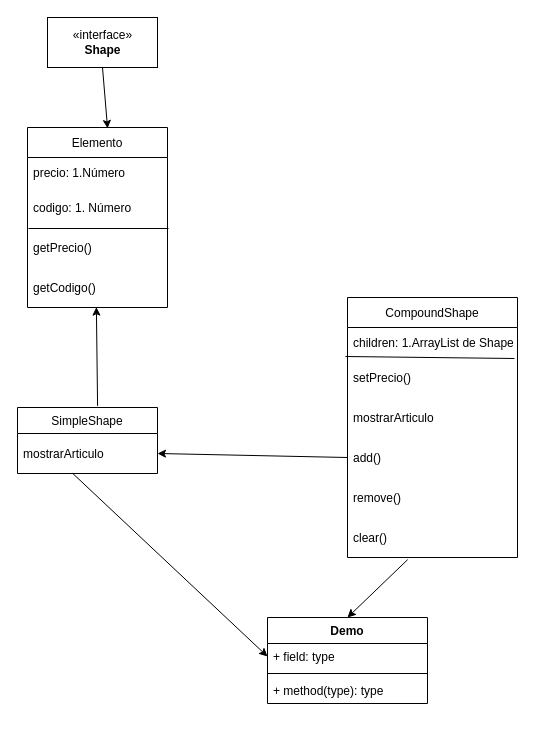
This is UML.drawio from chiarab22/Examen_TDP_2, a draw.io file, before an edit. Source tidied: cells renumbered, new cells numbered last; positions are measured from the earlier drawing's top-left corner, leaving out a move shared by most shapes. Both pictures are drawn from the tidied source at 100%, with x=0, y=0 at pixel (17, 17).
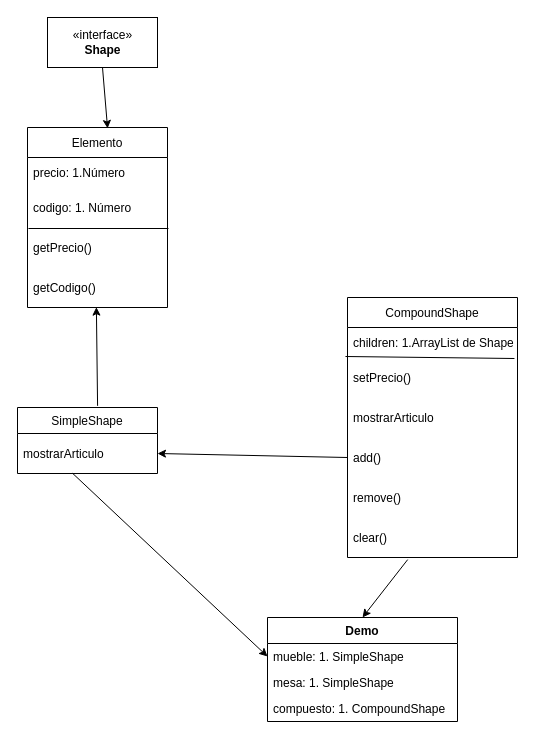
The same page after the edit.

Diff of the diagram source:
```diff
@@
     <mxCell id="19" value="Demo" style="swimlane;fontStyle=1;align=center;verticalAlign=top;horizontal=1;startSize=26;" parent="1" vertex="1">
-      <mxGeometry x="250" y="600" width="160" height="86" as="geometry" />
+      <mxGeometry x="250" y="600" width="190" height="104" as="geometry" />
     </mxCell>
-    <mxCell id="20" value="+ field: type" style="text;strokeColor=none;fillColor=none;align=left;verticalAlign=top;spacingLeft=4;spacingRight=4;overflow=hidden;points=[[0,0.5],[1,0.5]];portConstraint=eastwest;" parent="19" vertex="1">
-      <mxGeometry y="26" width="160" height="26" as="geometry" />
+    <mxCell id="20" value="mueble: 1. SimpleShape" style="text;strokeColor=none;fillColor=none;align=left;verticalAlign=top;spacingLeft=4;spacingRight=4;overflow=hidden;points=[[0,0.5],[1,0.5]];portConstraint=eastwest;" parent="19" vertex="1">
+      <mxGeometry y="26" width="190" height="26" as="geometry" />
     </mxCell>
-    <mxCell id="21" style="line;strokeWidth=1;fillColor=none;align=left;verticalAlign=middle;spacingTop=-1;spacingLeft=3;spacingRight=3;labelPosition=right;" parent="19" vertex="1">
-      <mxGeometry y="52" width="160" height="8" as="geometry" />
-    </mxCell>
-    <mxCell id="22" value="+ method(type): type" style="text;strokeColor=none;fillColor=none;align=left;verticalAlign=top;spacingLeft=4;spacingRight=4;overflow=hidden;" parent="19" vertex="1">
-      <mxGeometry y="60" width="160" height="26" as="geometry" />
+    <mxCell id="22" value="mesa: 1. SimpleShape" style="text;strokeColor=none;fillColor=none;align=left;verticalAlign=top;spacingLeft=4;spacingRight=4;overflow=hidden;" parent="19" vertex="1">
+      <mxGeometry y="52" width="190" height="26" as="geometry" />
     </mxCell>
+    <mxCell id="28" value="compuesto: 1. CompoundShape" style="text;strokeColor=none;fillColor=none;align=left;verticalAlign=top;spacingLeft=4;spacingRight=4;overflow=hidden;" parent="19" vertex="1">
+      <mxGeometry y="78" width="190" height="26" as="geometry" />
+    </mxCell>
```
